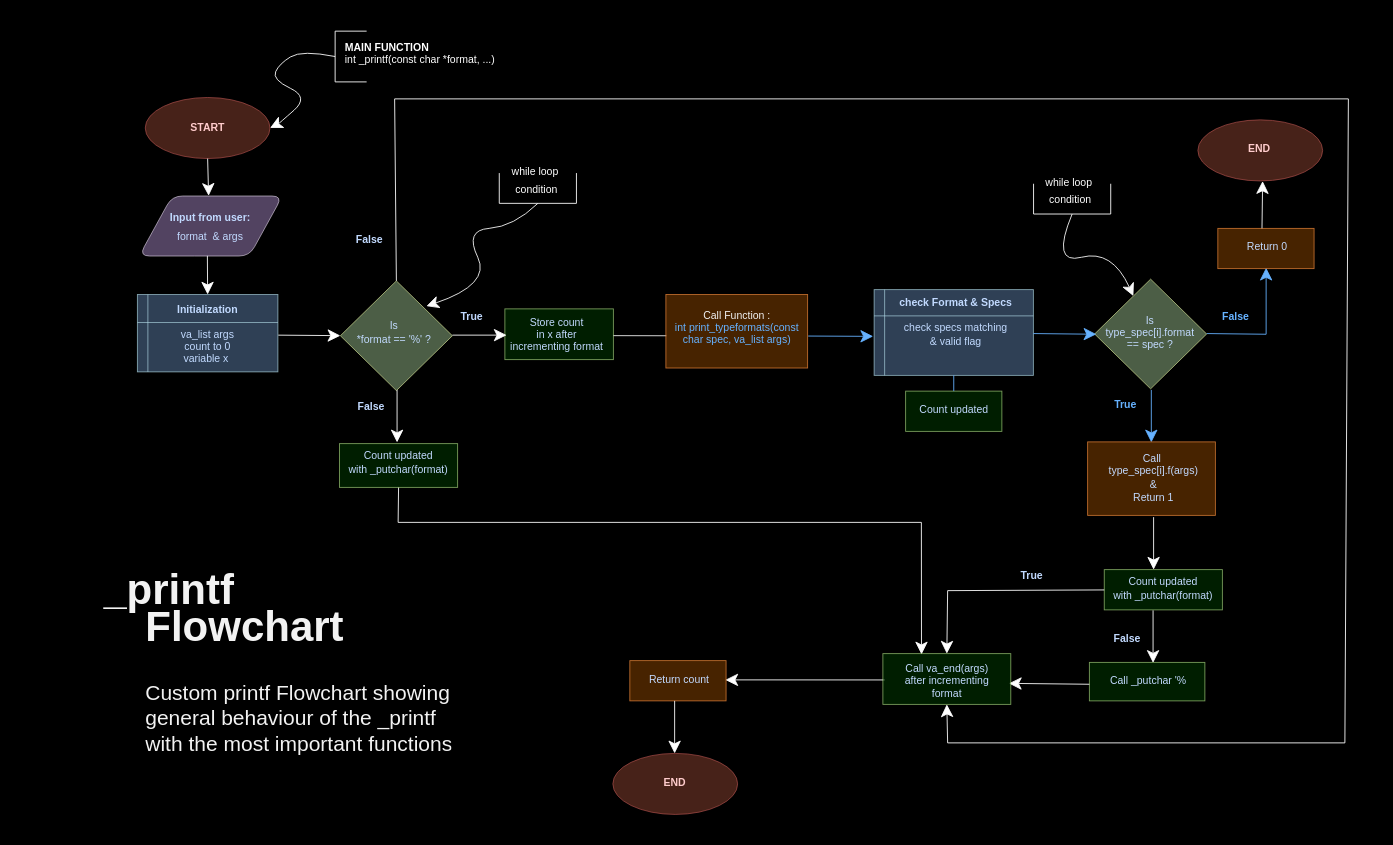
This is Diagramme sans nom.drawio from GenXwater/holbertonschool-printf, a draw.io file, before an edit. Source tidied: cells renumbered, new cells numbered last; positions are measured from the earlier drawing's top-left corner, leaving out a move shared by most shapes. Both pictures are drawn from the tidied source at 175%, with x=0, y=0 at pixel (100, 30).
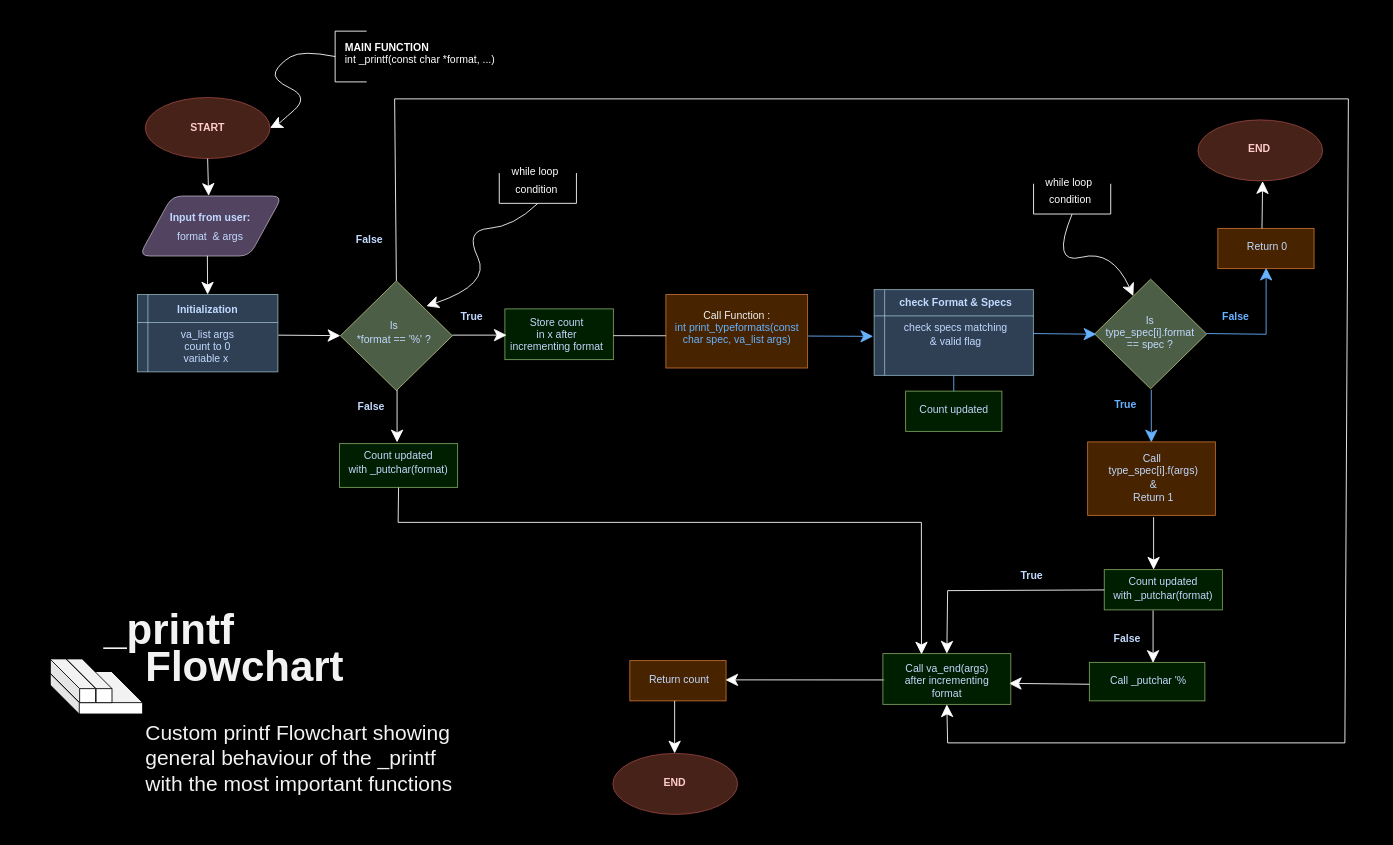
The same diagram, later.

Change to the diagram source:
```diff
@@
     <mxCell id="74" value="&lt;h1 style=&quot;margin-top: 0px;&quot;&gt;Flowchart&lt;/h1&gt;&lt;div&gt;Custom printf Flowchart showing&lt;/div&gt;&lt;div&gt;general behaviour of the _printf&lt;/div&gt;&lt;div&gt;with the most important functions&lt;/div&gt;&lt;div&gt;&lt;br&gt;&lt;/div&gt;" style="text;html=1;whiteSpace=wrap;overflow=hidden;rounded=0;fontColor=#F2F2F2;" parent="1" vertex="1">
-      <mxGeometry x="24" y="320" width="180" height="101" as="geometry" />
+      <mxGeometry x="24" y="343" width="180" height="101" as="geometry" />
     </mxCell>
     <mxCell id="75" value="&lt;h1 style=&quot;margin-top: 0px;&quot;&gt;_printf&lt;/h1&gt;" style="text;html=1;whiteSpace=wrap;overflow=hidden;rounded=0;fontColor=#F2F2F2;" parent="1" vertex="1">
-      <mxGeometry y="299" width="81" height="41" as="geometry" />
+      <mxGeometry y="322" width="81" height="41" as="geometry" />
     </mxCell>
+    <mxCell id="76" style="group;" parent="1" vertex="1">
+      <mxGeometry x="-40" y="355" width="64" height="35.5" as="geometry" />
+    </mxCell>
+    <mxCell id="77" style="shape=cube;whiteSpace=wrap;html=1;boundedLbl=1;backgroundOutline=1;darkOpacity=0.05;darkOpacity2=0.1;strokeWidth=0.5;" parent="76" vertex="1">
+      <mxGeometry x="7.8" y="9" width="56.2" height="26.5" as="geometry" />
+    </mxCell>
+    <mxCell id="78" style="edgeStyle=orthogonalEdgeStyle;rounded=0;jettySize=auto;html=1;exitX=0;exitY=0;exitDx=51.1;exitDy=10;exitPerimeter=0;" parent="76" edge="1" source="77">
+      <mxGeometry relative="1" as="geometry">
+        <mxPoint x="57.5" y="4.2" as="targetPoint" />
+      </mxGeometry>
+    </mxCell>
+    <mxCell id="79" style="rounded=0;whiteSpace=wrap;html=1;fillColor=#000000;" parent="76" vertex="1">
+      <mxGeometry x="7" y="4" width="41" height="7" as="geometry" />
+    </mxCell>
+    <mxCell id="80" style="shape=cube;whiteSpace=wrap;html=1;boundedLbl=1;backgroundOutline=1;darkOpacity=0.05;darkOpacity2=0.1;strokeWidth=0.5;size=17;" parent="76" vertex="1">
+      <mxGeometry x="20.4" y="4" width="26.1" height="25" as="geometry" />
+    </mxCell>
+    <mxCell id="81" style="shape=cube;whiteSpace=wrap;html=1;boundedLbl=1;backgroundOutline=1;darkOpacity=0.05;darkOpacity2=0.1;strokeWidth=0.5;size=17;" parent="76" vertex="1">
+      <mxGeometry x="11" y="4" width="26.1" height="25" as="geometry" />
+    </mxCell>
+    <mxCell id="82" style="rounded=0;whiteSpace=wrap;html=1;fillColor=#000000;" parent="76" vertex="1">
+      <mxGeometry y="2" width="11" height="20" as="geometry" />
+    </mxCell>
```
